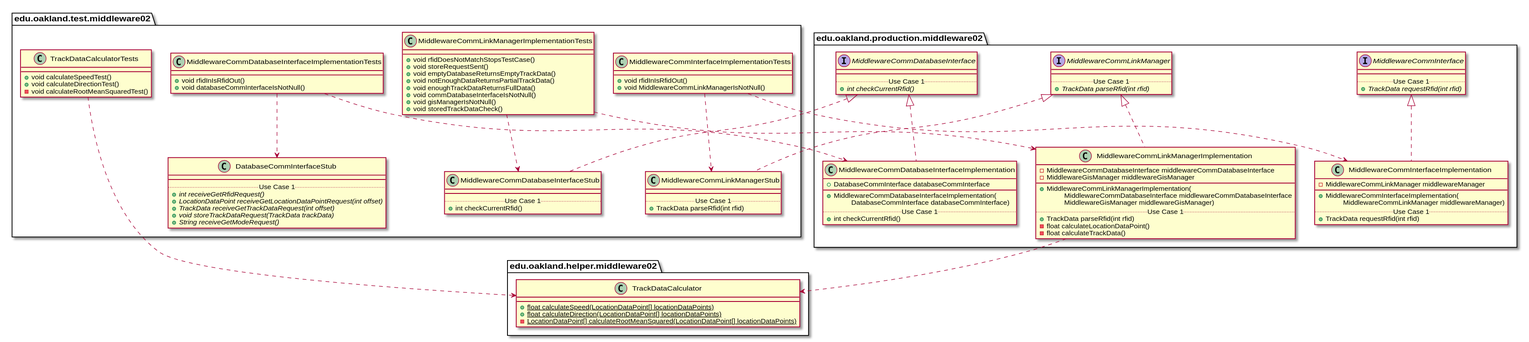
andrewdimmer/csi-3370-software-project keeps this PlantUML diagram as docs/uml-class-diagrams/middleware02/Middleware02Packages_InternalDependencies.svg. Above is the earlier version.
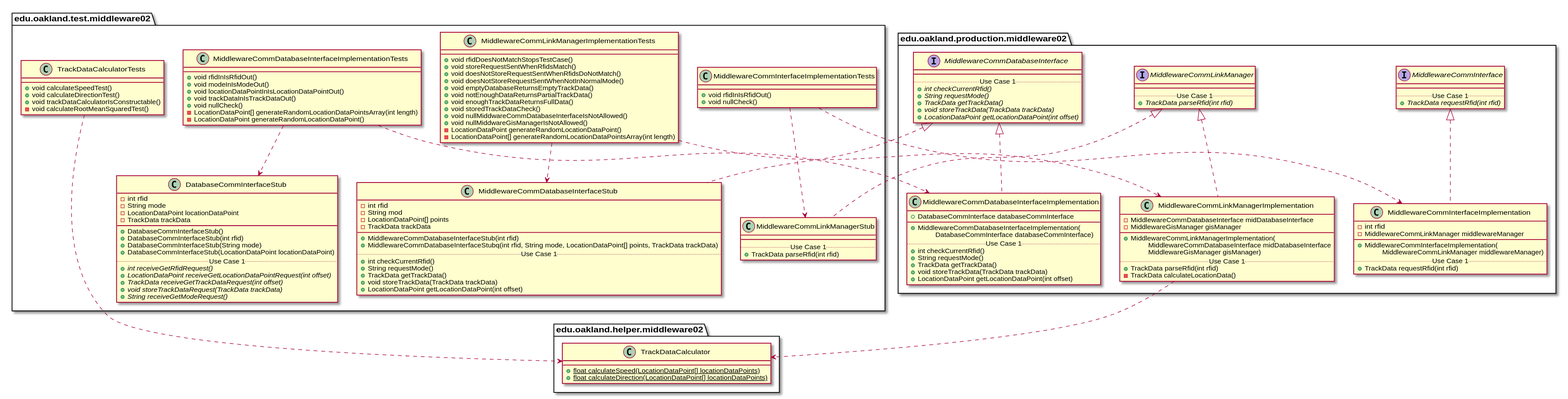
After the commit.

What changed in the source:
```diff
@@ -29,12 +29,17 @@
         __
         .. Use Case 1 ..
         {abstract} + int checkCurrentRfid()
+        {abstract} + String requestMode()
+        {abstract} + TrackData getTrackData()
+        {abstract} + void storeTrackData(TrackData trackData)
+        {abstract} + LocationDataPoint getLocationDataPoint(int offset)
     }
 }
 
 
 package edu.oakland.production.middleware02 {
     class MiddlewareCommInterfaceImplementation {
+        - int rfid
         - MiddlewareCommLinkManager middlewareManager
         __
         + MiddlewareCommInterfaceImplementation(
@@ -48,16 +53,15 @@
 
 package edu.oakland.production.middleware02 {
     class MiddlewareCommLinkManagerImplementation {
-        - MiddlewareCommDatabaseInterface middlewareCommDatabaseInterface
-        - MiddlewareGisManager middlewareGisManager
+        - MiddlewareCommDatabaseInterface midDatabaseInterface
+        - MiddlewareGisManager gisManager
         __
         + MiddlewareCommLinkManagerImplementation(
-        \tMiddlewareCommDatabaseInterface middlewareCommDatabaseInterface
-        \tMiddlewareGisManager middlewareGisManager)
+        \tMiddlewareCommDatabaseInterface midDatabaseInterface
+        \tMiddlewareGisManager gisManager)
         .. Use Case 1 ..
         + TrackData parseRfid(int rfid)
-        - float calculateLocationDataPoint()
-        - float calculateTrackData()
+        - TrackData calculateLocationData()
     }
 }
 
@@ -72,6 +76,10 @@
         \tDatabaseCommInterface databaseCommInterface)
         .. Use Case 1 ..
         + int checkCurrentRfid()
+        + String requestMode()
+        + TrackData getTrackData()
+        + void storeTrackData(TrackData trackData)
+        + LocationDataPoint getLocationDataPoint(int offset)
     }
 }
 
@@ -87,7 +95,6 @@
     class TrackDataCalculator {
         {static} + float calculateSpeed(LocationDataPoint[] locationDataPoints)
         {static} + float calculateDirection(LocationDataPoint[] locationDataPoints)
-        {static} - LocationDataPoint[] calculateRootMeanSquared(LocationDataPoint[] locationDataPoints)
     }
 }
 
@@ -102,7 +109,7 @@
 package edu.oakland.test.middleware02 {
     class MiddlewareCommInterfaceImplementationTests {
         + void rfidInIsRfidOut()
-        + void MiddlewareCommLinkManagerIsNotNull()
+        + void nullCheck()
     }
 }
 
@@ -121,13 +128,17 @@
 package edu.oakland.test.middleware02 {
     class MiddlewareCommLinkManagerImplementationTests {
         + void rfidDoesNotMatchStopsTestCase()
-        + void storeRequestSent()
+        + void storeRequestSentWhenRfidsMatch()
+        + void doesNotStoreRequestSentWhenRfidsDoNotMatch()
+        + void doesNotStoreRequestSentWhenNotInNormalMode()
         + void emptyDatabaseReturnsEmptyTrackData()
         + void notEnoughDataReturnsPartialTrackData()
         + void enoughTrackDataReturnsFullData()
-        + void commDatabaseInterfaceIsNotNull()
-        + void gisManagerIsNotNull()
         + void storedTrackDataCheck()
+        + void nullMiddwareCommDatabaseInterfaceIsNotAllowed()
+        + void nullMiddwareGisManagerIsNotAllowed()
+        - LocationDataPoint generateRandomLocationDataPoint()
+        - LocationDataPoint[] generateRandomLocationDataPointsArray(int length)
     }
 }
 
@@ -135,9 +146,19 @@
 
 package edu.oakland.test.middleware02 {
     class MiddlewareCommDatabaseInterfaceStub {
+        - int rfid
+        - String mod
+        - LocationDataPoint[] points
+        - TrackData trackData
         __
+        + MiddlewareCommDatabaseInterfaceStub(int rfid)
+        + MiddlewareCommDatabaseInterfaceStubq(int rfid, String mode, LocationDataPoint[] points, TrackData trackData)
         .. Use Case 1 ..
         + int checkCurrentRfid()
+        + String requestMode()
+        + TrackData getTrackData()
+        + void storeTrackData(TrackData trackData)
+        + LocationDataPoint getLocationDataPoint(int offset)
     }
 }
 
@@ -146,7 +167,12 @@
 package edu.oakland.test.middleware02 {
     class MiddlewareCommDatabaseInterfaceImplementationTests {
         + void rfidInIsRfidOut()
-        + void databaseCommInterfaceIsNotNull()
+        + void modeInIsModeOut()
+        + void locationDataPointInIsLocationDataPointOut()
+        + void trackDataInIsTrackDataOut()
+        + void nullCheck()
+        - LocationDataPoint[] generateRandomLocationDataPointsArray(int length)
+        - LocationDataPoint generateRandomLocationDataPoint()
     }
 }
 
@@ -154,7 +180,15 @@
 
 package edu.oakland.test.middleware02 {
     class DatabaseCommInterfaceStub {
+        - int rfid
+        - String mode
+        - LocationDataPoint locationDataPoint
+        - TrackData trackData
         __
+        + DatabaseCommInterfaceStub()
+        + DatabaseCommInterfaceStub(int rfid)
+        + DatabaseCommInterfaceStub(String mode)
+        + DatabaseCommInterfaceStub(LocationDataPoint locationDataPoint)
         .. Use Case 1 ..
         {abstract} + int receiveGetRfidRequest()
         {abstract} + LocationDataPoint receiveGetLocationDataPointRequest(int offset)
@@ -170,6 +204,7 @@
     class TrackDataCalculatorTests {
       + void calculateSpeedTest()
       + void calculateDirectionTest()
+      + void trackDataCalculatorIsConstructable()
       - void calculateRootMeanSquaredTest()
     }
 }
```
